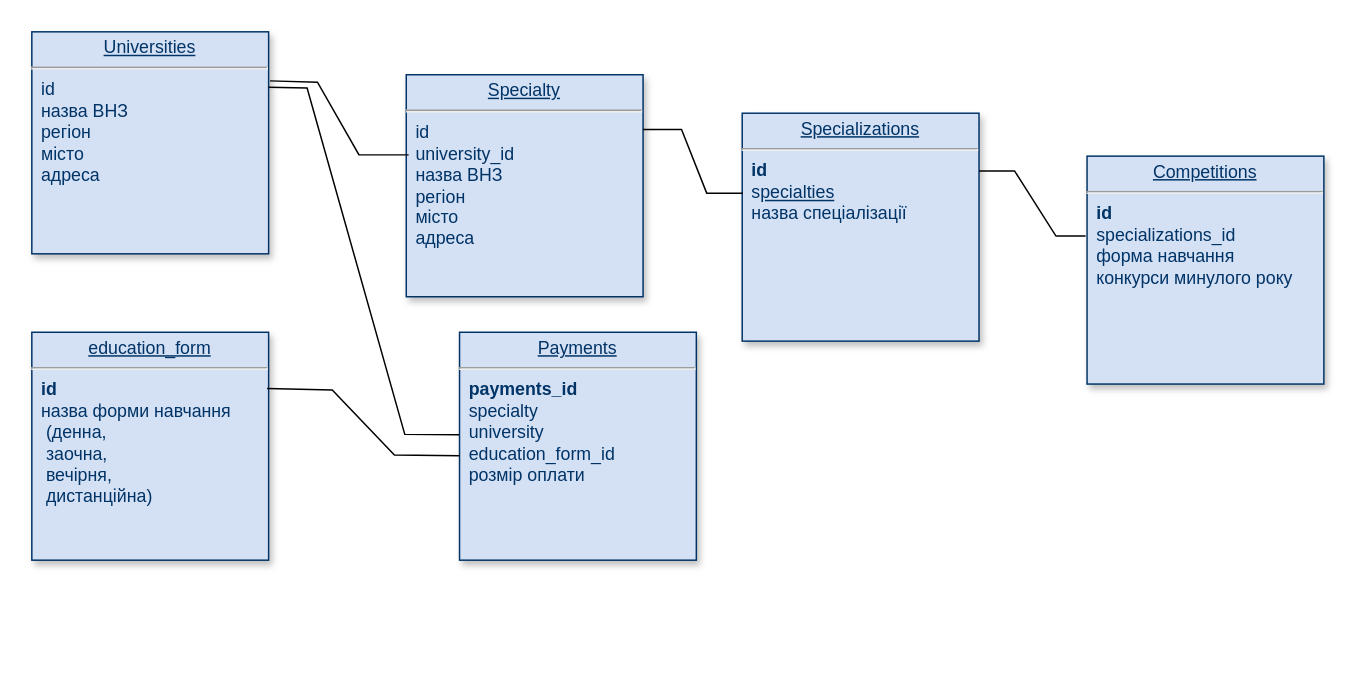
Before: Диаграмма без названия.drawio in VadimKeranov/drawio, a draw.io diagram. Source tidied: cells renumbered, new cells numbered last; positions are measured from the earlier drawing's top-left corner, leaving out a move shared by most shapes. Both pictures are drawn from the tidied source at 148%, with x=0, y=0 at pixel (31, 31).
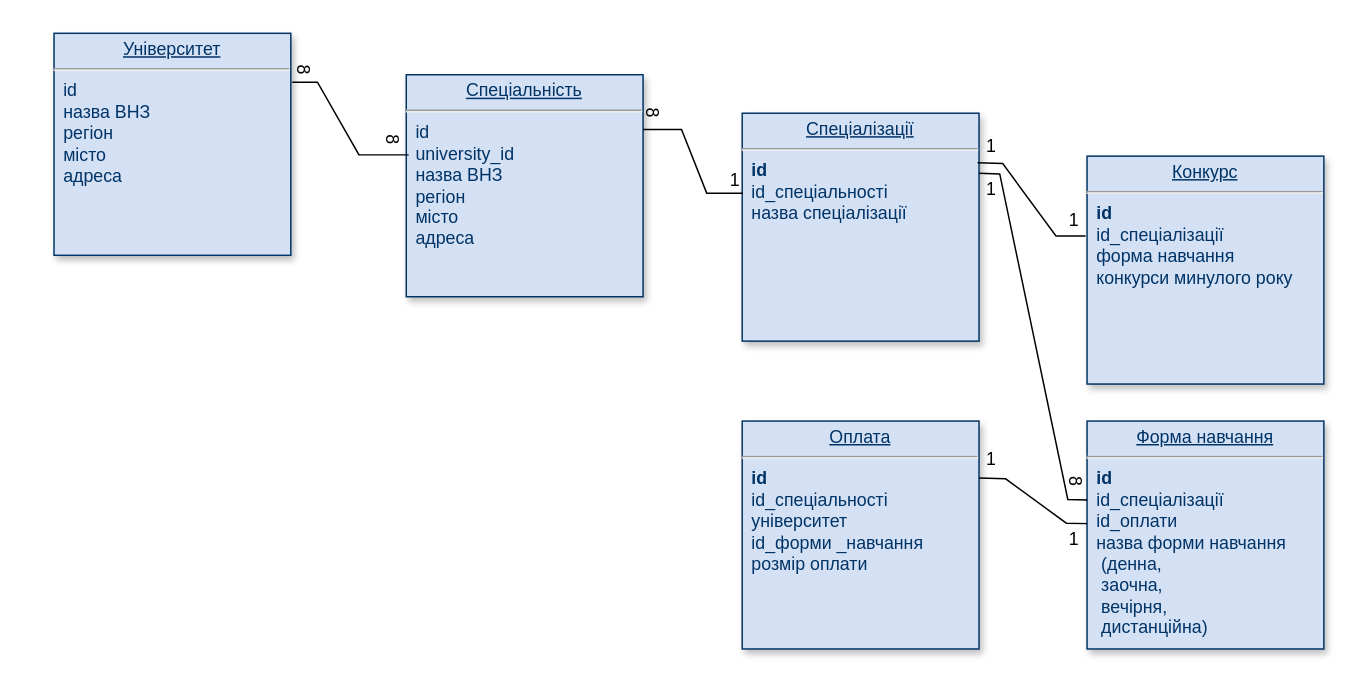
The same diagram, later.

Diff of the diagram source:
```diff
@@
-    <mxCell id="2" value="&lt;p style=&quot;margin: 0px; margin-top: 4px; text-align: center; text-decoration: underline;&quot;&gt;Universities&lt;/p&gt;&lt;hr&gt;&lt;span style=&quot;background-color: initial;&quot;&gt;&amp;nbsp;&amp;nbsp;&lt;/span&gt;id&lt;b&gt;&lt;br&gt;&lt;/b&gt;&lt;span style=&quot;background-color: initial;&quot;&gt;&amp;nbsp; назва ВНЗ&lt;/span&gt;&lt;br&gt;&lt;span style=&quot;background-color: initial;&quot;&gt;&amp;nbsp; регіон&lt;/span&gt;&lt;br&gt;&lt;span style=&quot;background-color: initial;&quot;&gt;&amp;nbsp; місто&lt;/span&gt;&lt;br&gt;&lt;div style=&quot;&quot;&gt;&lt;span style=&quot;background-color: initial;&quot;&gt;&amp;nbsp; адреса&lt;br&gt;&lt;/span&gt;&lt;/div&gt;" style="verticalAlign=top;align=left;overflow=fill;fontSize=12;fontFamily=Helvetica;html=1;strokeColor=#003366;shadow=1;fillColor=#D4E1F5;fontColor=#003366;" parent="1" vertex="1">
-      <mxGeometry width="160" height="150" as="geometry" />
+    <mxCell id="2" value="&lt;p style=&quot;margin: 0px; margin-top: 4px; text-align: center; text-decoration: underline;&quot;&gt;Університет&lt;/p&gt;&lt;hr&gt;&lt;span style=&quot;background-color: initial;&quot;&gt;&amp;nbsp;&amp;nbsp;&lt;/span&gt;id&lt;b&gt;&lt;br&gt;&lt;/b&gt;&lt;span style=&quot;background-color: initial;&quot;&gt;&amp;nbsp; назва ВНЗ&lt;/span&gt;&lt;br&gt;&lt;span style=&quot;background-color: initial;&quot;&gt;&amp;nbsp; регіон&lt;/span&gt;&lt;br&gt;&lt;span style=&quot;background-color: initial;&quot;&gt;&amp;nbsp; місто&lt;/span&gt;&lt;br&gt;&lt;div style=&quot;&quot;&gt;&lt;span style=&quot;background-color: initial;&quot;&gt;&amp;nbsp; адреса&lt;br&gt;&lt;/span&gt;&lt;/div&gt;" style="verticalAlign=top;align=left;overflow=fill;fontSize=12;fontFamily=Helvetica;html=1;strokeColor=#003366;shadow=1;fillColor=#D4E1F5;fontColor=#003366;" parent="1" vertex="1">
+      <mxGeometry x="15" y="1" width="160" height="150" as="geometry" />
     </mxCell>
-    <mxCell id="3" value="&lt;p style=&quot;margin: 0px; margin-top: 4px; text-align: center; text-decoration: underline;&quot;&gt;Competitions&lt;/p&gt;&lt;hr&gt;&amp;nbsp; &lt;b&gt;id&lt;br&gt;&lt;/b&gt;&amp;nbsp; specializations_id&amp;nbsp;&amp;nbsp;&lt;br&gt;&amp;nbsp;&amp;nbsp;форма навчання&lt;br&gt;&amp;nbsp;&amp;nbsp;конкурси минулого року" style="verticalAlign=top;align=left;overflow=fill;fontSize=12;fontFamily=Helvetica;html=1;strokeColor=#003366;shadow=1;fillColor=#D4E1F5;fontColor=#003366;" parent="1" vertex="1">
+    <mxCell id="3" value="&lt;p style=&quot;margin: 0px; margin-top: 4px; text-align: center; text-decoration: underline;&quot;&gt;Конкурс&lt;/p&gt;&lt;hr&gt;&amp;nbsp; &lt;b&gt;id&lt;br&gt;&lt;/b&gt;&amp;nbsp; id_спеціалізації&lt;br&gt;&amp;nbsp;&amp;nbsp;форма навчання&lt;br&gt;&amp;nbsp;&amp;nbsp;конкурси минулого року" style="verticalAlign=top;align=left;overflow=fill;fontSize=12;fontFamily=Helvetica;html=1;strokeColor=#003366;shadow=1;fillColor=#D4E1F5;fontColor=#003366;" parent="1" vertex="1">
       <mxGeometry x="713" y="84" width="160" height="154" as="geometry" />
     </mxCell>
-    <mxCell id="4" value="&lt;p style=&quot;margin: 0px; margin-top: 4px; text-align: center; text-decoration: underline;&quot;&gt;Specializations&lt;br&gt;&lt;/p&gt;&lt;hr&gt;&amp;nbsp; &lt;b&gt;id&lt;/b&gt;&lt;br&gt;&amp;nbsp; s&lt;u style=&quot;border-color: var(--border-color); text-align: center;&quot;&gt;pecialties&lt;/u&gt;&lt;br&gt;&amp;nbsp;&amp;nbsp;назва спеціалізації" style="verticalAlign=top;align=left;overflow=fill;fontSize=12;fontFamily=Helvetica;html=1;strokeColor=#003366;shadow=1;fillColor=#D4E1F5;fontColor=#003366;" parent="1" vertex="1">
+    <mxCell id="4" value="&lt;p style=&quot;margin: 0px; margin-top: 4px; text-align: center; text-decoration: underline;&quot;&gt;Спеціалізації&lt;/p&gt;&lt;hr&gt;&amp;nbsp; &lt;b&gt;id&lt;/b&gt;&lt;br&gt;&amp;nbsp; id_спеціальності&lt;br&gt;&amp;nbsp;&amp;nbsp;назва спеціалізації" style="verticalAlign=top;align=left;overflow=fill;fontSize=12;fontFamily=Helvetica;html=1;strokeColor=#003366;shadow=1;fillColor=#D4E1F5;fontColor=#003366;" parent="1" vertex="1">
       <mxGeometry x="480" y="55" width="160" height="154" as="geometry" />
     </mxCell>
-    <mxCell id="5" value="&lt;p style=&quot;margin: 0px; margin-top: 4px; text-align: center; text-decoration: underline;&quot;&gt;&lt;/p&gt;&lt;div style=&quot;text-align: center;&quot;&gt;&lt;span style=&quot;background-color: initial;&quot;&gt;&lt;u style=&quot;&quot;&gt;Specialty&lt;/u&gt;&lt;/span&gt;&lt;/div&gt;&lt;hr&gt;&amp;nbsp; id&lt;br style=&quot;border-color: var(--border-color);&quot;&gt;&lt;span style=&quot;background-color: initial;&quot;&gt;&lt;b&gt;&amp;nbsp;&amp;nbsp;&lt;/b&gt;university_id&lt;/span&gt;&lt;b&gt;&lt;br&gt;&lt;/b&gt;&lt;span style=&quot;background-color: initial;&quot;&gt;&amp;nbsp; назва ВНЗ&lt;/span&gt;&lt;br&gt;&lt;span style=&quot;background-color: initial;&quot;&gt;&amp;nbsp; регіон&lt;/span&gt;&lt;br&gt;&lt;span style=&quot;background-color: initial;&quot;&gt;&amp;nbsp; місто&lt;/span&gt;&lt;br&gt;&lt;div style=&quot;&quot;&gt;&lt;span style=&quot;background-color: initial;&quot;&gt;&amp;nbsp; адреса&lt;br&gt;&lt;/span&gt;&lt;/div&gt;" style="verticalAlign=top;align=left;overflow=fill;fontSize=12;fontFamily=Helvetica;html=1;strokeColor=#003366;shadow=1;fillColor=#D4E1F5;fontColor=#003366;" parent="1" vertex="1">
+    <mxCell id="5" value="&lt;p style=&quot;margin: 0px; margin-top: 4px; text-align: center; text-decoration: underline;&quot;&gt;&lt;/p&gt;&lt;div style=&quot;text-align: center;&quot;&gt;&lt;u&gt;Спеціальність&lt;/u&gt;&lt;/div&gt;&lt;hr&gt;&amp;nbsp; id&lt;br style=&quot;border-color: var(--border-color);&quot;&gt;&lt;span style=&quot;background-color: initial;&quot;&gt;&lt;b&gt;&amp;nbsp;&amp;nbsp;&lt;/b&gt;university_id&lt;/span&gt;&lt;b&gt;&lt;br&gt;&lt;/b&gt;&lt;span style=&quot;background-color: initial;&quot;&gt;&amp;nbsp; назва ВНЗ&lt;/span&gt;&lt;br&gt;&lt;span style=&quot;background-color: initial;&quot;&gt;&amp;nbsp; регіон&lt;/span&gt;&lt;br&gt;&lt;span style=&quot;background-color: initial;&quot;&gt;&amp;nbsp; місто&lt;/span&gt;&lt;br&gt;&lt;div style=&quot;&quot;&gt;&lt;span style=&quot;background-color: initial;&quot;&gt;&amp;nbsp; адреса&lt;br&gt;&lt;/span&gt;&lt;/div&gt;" style="verticalAlign=top;align=left;overflow=fill;fontSize=12;fontFamily=Helvetica;html=1;strokeColor=#003366;shadow=1;fillColor=#D4E1F5;fontColor=#003366;" parent="1" vertex="1">
       <mxGeometry x="253" y="29" width="160" height="150" as="geometry" />
     </mxCell>
-    <mxCell id="6" value="&lt;p style=&quot;margin: 0px; margin-top: 4px; text-align: center; text-decoration: underline;&quot;&gt;Payments&lt;br&gt;&lt;/p&gt;&lt;hr&gt;&amp;nbsp;&lt;b&gt;&amp;nbsp;payments_id&lt;/b&gt;&lt;br&gt;&amp;nbsp;&amp;nbsp;specialty&lt;br&gt;&amp;nbsp; university&lt;br&gt;&amp;nbsp; education_form_id&lt;br&gt;&amp;nbsp;&amp;nbsp;розмір оплати" style="verticalAlign=top;align=left;overflow=fill;fontSize=12;fontFamily=Helvetica;html=1;strokeColor=#003366;shadow=1;fillColor=#D4E1F5;fontColor=#003366;" parent="1" vertex="1">
-      <mxGeometry x="289" y="203" width="160" height="154" as="geometry" />
+    <mxCell id="6" value="&lt;p style=&quot;margin: 0px; margin-top: 4px; text-align: center; text-decoration: underline;&quot;&gt;Оплата&lt;/p&gt;&lt;hr&gt;&amp;nbsp;&lt;b&gt;&amp;nbsp;id&lt;/b&gt;&lt;br&gt;&amp;nbsp; id_спеціальності&lt;br&gt;&amp;nbsp; університет&lt;br&gt;&amp;nbsp; id_форми _навчання&lt;br&gt;&amp;nbsp;&amp;nbsp;розмір оплати" style="verticalAlign=top;align=left;overflow=fill;fontSize=12;fontFamily=Helvetica;html=1;strokeColor=#003366;shadow=1;fillColor=#D4E1F5;fontColor=#003366;" parent="1" vertex="1">
+      <mxGeometry x="480" y="263" width="160" height="154" as="geometry" />
     </mxCell>
-    <mxCell id="7" value="&lt;p style=&quot;margin: 0px; margin-top: 4px; text-align: center; text-decoration: underline;&quot;&gt;education_form&lt;br&gt;&lt;/p&gt;&lt;hr&gt;&amp;nbsp; &lt;b&gt;id&lt;/b&gt;&lt;br&gt;&amp;nbsp;&amp;nbsp;назва форми навчання &lt;br&gt;&amp;nbsp; &amp;nbsp;(денна, &lt;br&gt;&amp;nbsp; &amp;nbsp;заочна, &lt;br&gt;&amp;nbsp; &amp;nbsp;вечірня, &lt;br&gt;&amp;nbsp; &amp;nbsp;дистанційна)" style="verticalAlign=top;align=left;overflow=fill;fontSize=12;fontFamily=Helvetica;html=1;strokeColor=#003366;shadow=1;fillColor=#D4E1F5;fontColor=#003366;" parent="1" vertex="1">
-      <mxGeometry y="203" width="160" height="154" as="geometry" />
+    <mxCell id="7" value="&lt;p style=&quot;margin: 0px; margin-top: 4px; text-align: center; text-decoration: underline;&quot;&gt;Форма навчання&lt;/p&gt;&lt;hr&gt;&amp;nbsp; &lt;b&gt;id&lt;br&gt;&lt;/b&gt;&amp;nbsp; id_спеціалізації&lt;br&gt;&amp;nbsp; id_оплати&lt;br&gt;&amp;nbsp;&amp;nbsp;назва форми навчання &lt;br&gt;&amp;nbsp; &amp;nbsp;(денна, &lt;br&gt;&amp;nbsp; &amp;nbsp;заочна, &lt;br&gt;&amp;nbsp; &amp;nbsp;вечірня, &lt;br&gt;&amp;nbsp; &amp;nbsp;дистанційна)" style="verticalAlign=top;align=left;overflow=fill;fontSize=12;fontFamily=Helvetica;html=1;strokeColor=#003366;shadow=1;fillColor=#D4E1F5;fontColor=#003366;" parent="1" vertex="1">
+      <mxGeometry x="713" y="263" width="160" height="154" as="geometry" />
     </mxCell>
@@
-    <mxCell id="10" style="endArrow=none;html=1;rounded=0;" parent="1" edge="1">
+    <mxCell id="10" style="endArrow=none;html=1;rounded=0;exitX=0.994;exitY=0.217;exitDx=0;exitDy=0;exitPerimeter=0;" parent="1" edge="1" source="4">
       <mxGeometry relative="1" as="geometry">
-        <mxPoint x="640" y="94" as="sourcePoint" />
         <mxPoint x="712" y="138" as="targetPoint" />
         <Array as="points">
-          <mxPoint x="664" y="94" />
+          <mxPoint x="656" y="89" />
           <mxPoint x="692" y="138" />
         </Array>
       </mxGeometry>
     </mxCell>
-    <mxCell id="11" style="endArrow=none;html=1;rounded=0;entryX=0.001;entryY=0.542;entryDx=0;entryDy=0;entryPerimeter=0;" parent="1" edge="1" target="6">
+    <mxCell id="11" style="endArrow=none;html=1;rounded=0;entryX=0.001;entryY=0.346;entryDx=0;entryDy=0;entryPerimeter=0;" parent="1" edge="1" target="7">
       <mxGeometry relative="1" as="geometry">
-        <mxPoint x="159" y="241" as="sourcePoint" />
+        <mxPoint x="640" y="95.5" as="sourcePoint" />
         <Array as="points">
-          <mxPoint x="203" y="242" />
-          <mxPoint x="245" y="286" />
+          <mxPoint x="654" y="96" />
+          <mxPoint x="700" y="316" />
         </Array>
       </mxGeometry>
     </mxCell>
-    <mxCell id="12" style="endArrow=none;html=1;rounded=0;entryX=1;entryY=0.25;entryDx=0;entryDy=0;exitX=-0.002;exitY=0.45;exitDx=0;exitDy=0;exitPerimeter=0;" parent="1" edge="1" source="6" target="2">
-      <mxGeometry relative="1" as="geometry">
-        <Array as="points">
-          <mxPoint x="252" y="272" />
-          <mxPoint x="186" y="38" />
-        </Array>
-      </mxGeometry>
-    </mxCell>
+    <mxCell id="13" value="8" style="text;html=1;align=center;verticalAlign=middle;strokeColor=none;fillColor=none;rotation=90;" parent="1" vertex="1">
+      <mxGeometry x="171" y="12" width="25" height="26" as="geometry" />
+    </mxCell>
+    <mxCell id="14" value="8" style="text;html=1;align=center;verticalAlign=middle;strokeColor=none;fillColor=none;rotation=90;" parent="1" vertex="1">
+      <mxGeometry x="231" y="59" width="25" height="26" as="geometry" />
+    </mxCell>
+    <mxCell id="15" value="1" style="text;html=1;align=center;verticalAlign=middle;strokeColor=none;fillColor=none;rotation=0;" parent="1" vertex="1">
+      <mxGeometry x="691" y="115" width="25" height="26" as="geometry" />
+    </mxCell>
+    <mxCell id="16" value="8" style="text;html=1;align=center;verticalAlign=middle;strokeColor=none;fillColor=none;rotation=90;" parent="1" vertex="1">
+      <mxGeometry x="407" y="41" width="25" height="26" as="geometry" />
+    </mxCell>
+    <mxCell id="17" value="1" style="text;html=1;align=center;verticalAlign=middle;strokeColor=none;fillColor=none;" parent="1" vertex="1">
+      <mxGeometry x="462" y="88" width="25" height="26" as="geometry" />
+    </mxCell>
+    <mxCell id="18" style="endArrow=none;html=1;rounded=0;entryX=1;entryY=0.25;entryDx=0;entryDy=0;exitX=0;exitY=0.45;exitDx=0;exitDy=0;exitPerimeter=0;" parent="1" edge="1" source="7" target="6">
+      <mxGeometry relative="1" as="geometry">
+        <Array as="points">
+          <mxPoint x="699" y="332" />
+          <mxPoint x="658" y="302" />
+        </Array>
+      </mxGeometry>
+    </mxCell>
+    <mxCell id="19" value="1" style="text;html=1;align=center;verticalAlign=middle;strokeColor=none;fillColor=none;" parent="1" vertex="1">
+      <mxGeometry x="635" y="65" width="25" height="26" as="geometry" />
+    </mxCell>
+    <mxCell id="20" value="8" style="text;html=1;align=center;verticalAlign=middle;strokeColor=none;fillColor=none;rotation=90;" parent="1" vertex="1">
+      <mxGeometry x="693" y="290" width="25" height="26" as="geometry" />
+    </mxCell>
+    <mxCell id="21" value="1" style="text;html=1;align=center;verticalAlign=middle;strokeColor=none;fillColor=none;rotation=0;" parent="1" vertex="1">
+      <mxGeometry x="635" y="94" width="25" height="26" as="geometry" />
+    </mxCell>
+    <mxCell id="22" value="1" style="text;html=1;align=center;verticalAlign=middle;strokeColor=none;fillColor=none;" parent="1" vertex="1">
+      <mxGeometry x="635" y="276" width="25" height="26" as="geometry" />
+    </mxCell>
+    <mxCell id="23" value="1" style="text;html=1;align=center;verticalAlign=middle;strokeColor=none;fillColor=none;" parent="1" vertex="1">
+      <mxGeometry x="691" y="330" width="25" height="26" as="geometry" />
+    </mxCell>
```
